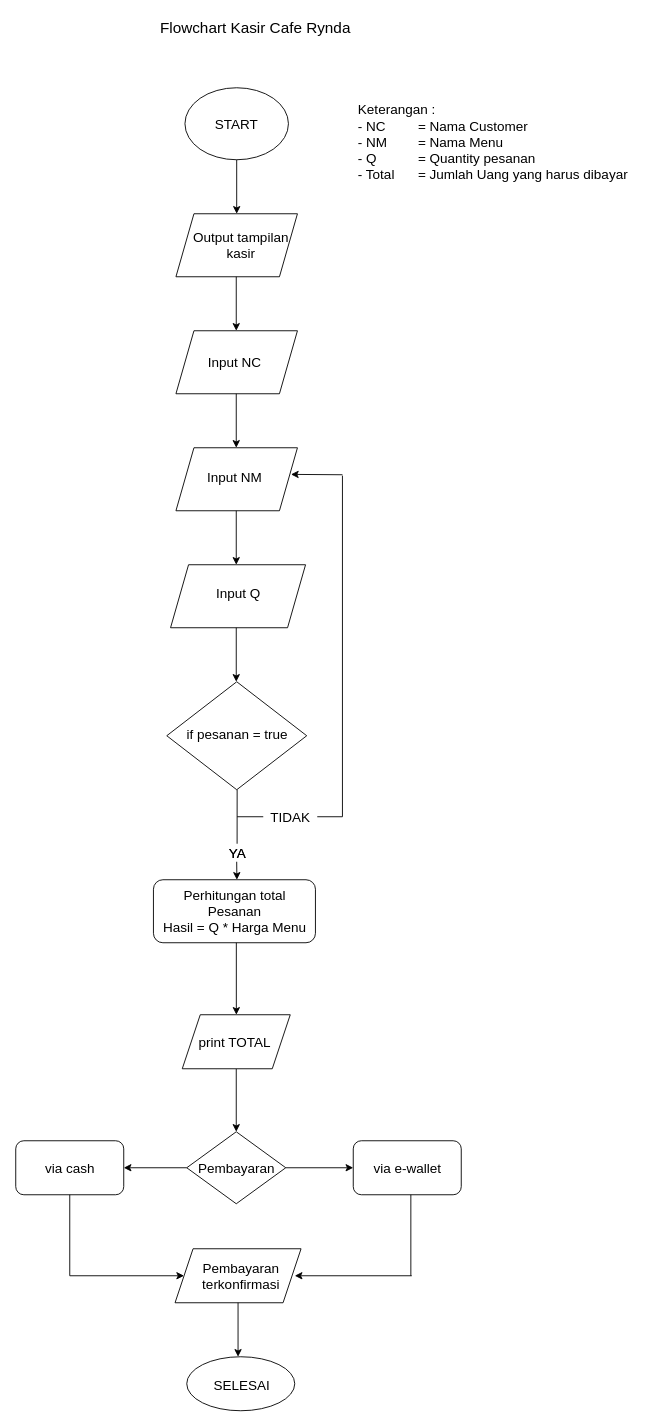
The draw.io diagram flowchart.drawio in meiryndalr/MeiryndaLR-kasir-rynda-cafe, before the edit. Source tidied: cells renumbered, new cells numbered last; positions are measured from the earlier drawing's top-left corner, leaving out a move shared by most shapes. Both pictures are drawn from the tidied source at 90%, with x=0, y=0 at pixel (15, 15).
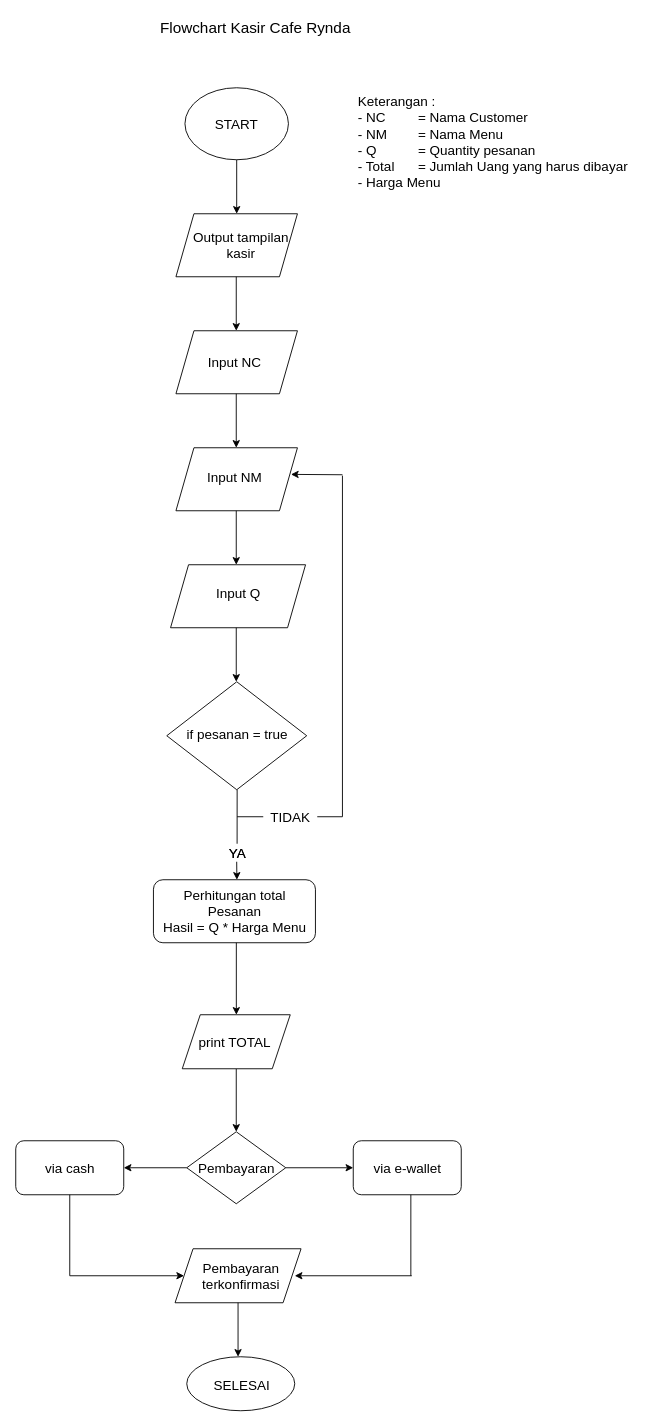
The same page after the edit.

Commit message:
menambahkan keterangan tambahan pada file flowchart.drawio

What changed in the source:
```diff
@@
-    <mxCell id="6" value="&lt;div style=&quot;text-align: justify&quot;&gt;Keterangan :&lt;/div&gt;&lt;div style=&quot;text-align: justify&quot;&gt;- NC&lt;span style=&quot;white-space: pre&quot;&gt;&#9;&lt;/span&gt;&lt;span style=&quot;white-space: pre&quot;&gt;&#9;&lt;/span&gt;= Nama Customer&lt;/div&gt;&lt;div style=&quot;text-align: justify&quot;&gt;- NM &lt;span style=&quot;white-space: pre&quot;&gt;&#9;&lt;/span&gt;= Nama Menu&lt;/div&gt;&lt;div style=&quot;text-align: justify&quot;&gt;- Q&amp;nbsp; &lt;span style=&quot;white-space: pre&quot;&gt;&#9;&lt;/span&gt;&lt;span style=&quot;white-space: pre&quot;&gt;&#9;&lt;/span&gt;= Quantity pesanan&lt;/div&gt;&lt;div style=&quot;text-align: justify&quot;&gt;- Total &lt;span style=&quot;white-space: pre&quot;&gt;&#9;&lt;/span&gt;= Jumlah Uang yang harus dibayar&lt;/div&gt;" style="text;html=1;align=center;verticalAlign=middle;fillColor=none;strokeColor=none;rounded=0;fontSize=15;" parent="1" vertex="1">
-      <mxGeometry x="370" y="90" width="320" height="100" as="geometry" />
+    <mxCell id="6" value="&lt;div style=&quot;text-align: justify&quot;&gt;Keterangan :&lt;/div&gt;&lt;div style=&quot;text-align: justify&quot;&gt;- NC&lt;span style=&quot;white-space: pre&quot;&gt;&#9;&lt;/span&gt;&lt;span style=&quot;white-space: pre&quot;&gt;&#9;&lt;/span&gt;= Nama Customer&lt;/div&gt;&lt;div style=&quot;text-align: justify&quot;&gt;- NM &lt;span style=&quot;white-space: pre&quot;&gt;&#9;&lt;/span&gt;= Nama Menu&lt;/div&gt;&lt;div style=&quot;text-align: justify&quot;&gt;- Q&amp;nbsp; &lt;span style=&quot;white-space: pre&quot;&gt;&#9;&lt;/span&gt;&lt;span style=&quot;white-space: pre&quot;&gt;&#9;&lt;/span&gt;= Quantity pesanan&lt;/div&gt;&lt;div style=&quot;text-align: justify&quot;&gt;- Total &lt;span style=&quot;white-space: pre&quot;&gt;&#9;&lt;/span&gt;= Jumlah Uang yang harus dibayar&lt;/div&gt;&lt;div style=&quot;text-align: justify&quot;&gt;- Harga Menu&lt;/div&gt;" style="text;html=1;align=center;verticalAlign=middle;fillColor=none;strokeColor=none;rounded=0;fontSize=15;" parent="1" vertex="1">
+      <mxGeometry x="370" y="85" width="320" height="110" as="geometry" />
     </mxCell>
```
